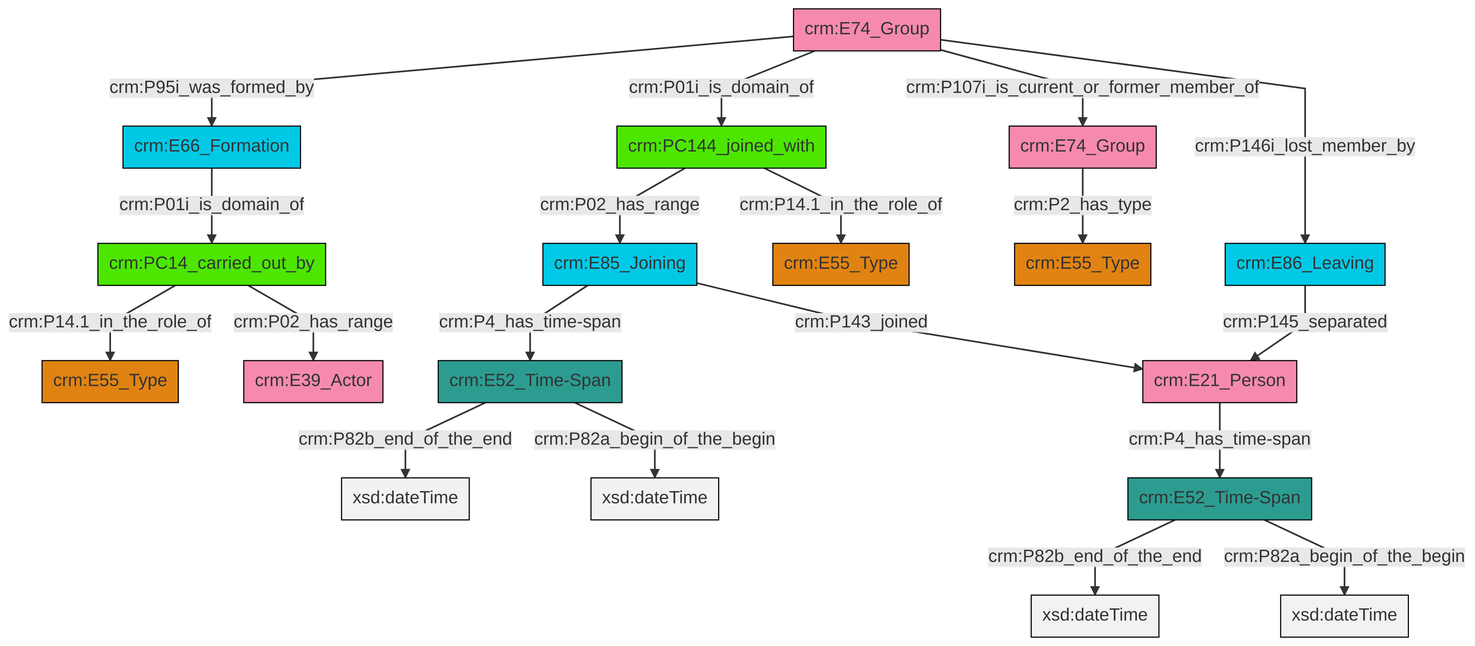
This is et/groupCSV/ttl/mmd/png/group_actor_relations.png from swiss-art-research-net/reference-data-models, a Mermaid export, as it was before one commit. Its source is kept beside it as et/groupCSV/ttl/mmd/group_actor_relations.ttl.mmd.
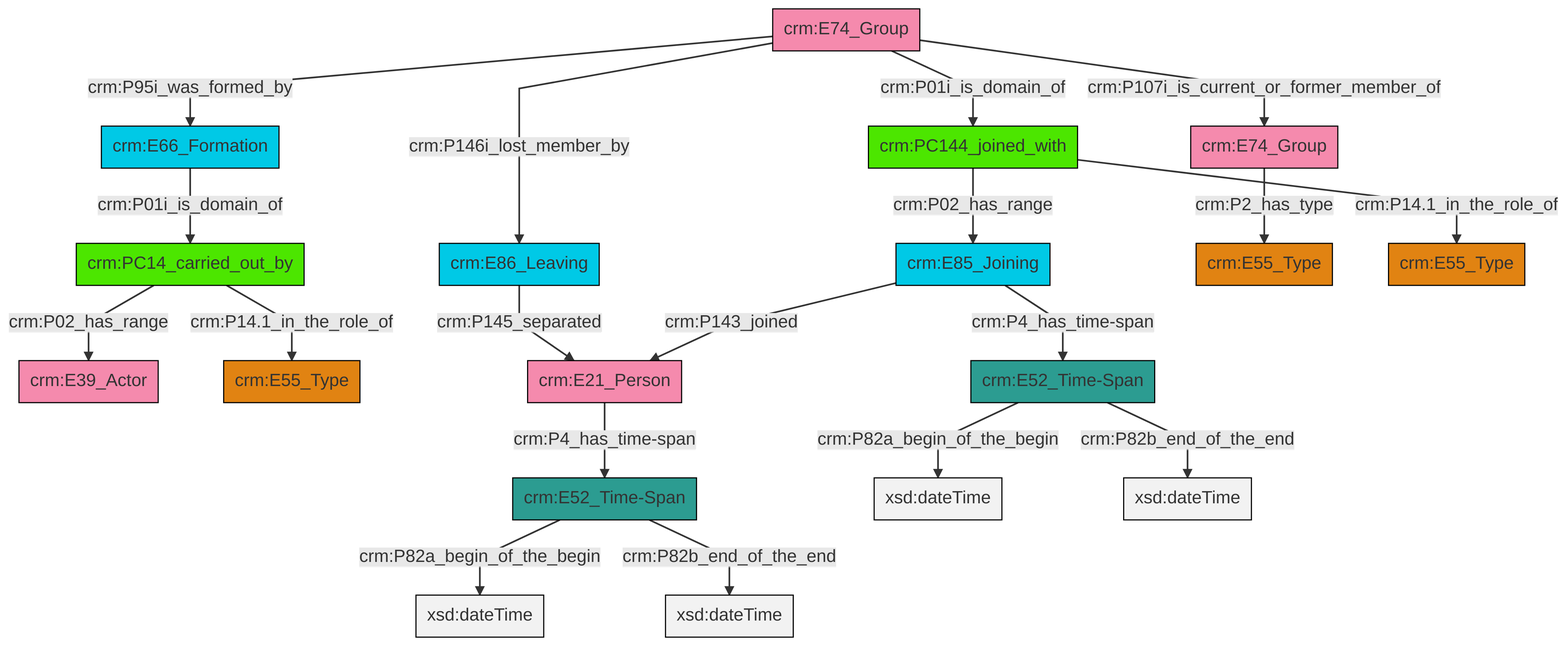
After the change.

Change to the diagram source:
```diff
@@ -13,21 +13,21 @@
 classDef PC_Classes fill:#4ce600, stroke:#000000;
 classDef Multi fill:#cccccc,stroke:#000000;
 
-0["crm:E85_Joining"]:::Temporal_Entity -->|crm:P4_has_time-span| 1["crm:E52_Time-Span"]:::Time-Span
-2["crm:E74_Group"]:::Actor -->|crm:P95i_was_formed_by| 3["crm:E66_Formation"]:::Temporal_Entity
-6["crm:E74_Group"]:::Actor -->|crm:P2_has_type| 4["crm:E55_Type"]:::Type
-7["crm:E52_Time-Span"]:::Time-Span -->|crm:P82b_end_of_the_end| 8[xsd:dateTime]:::Literal
-1["crm:E52_Time-Span"]:::Time-Span -->|crm:P82b_end_of_the_end| 10[xsd:dateTime]:::Literal
-2["crm:E74_Group"]:::Actor -->|crm:P01i_is_domain_of| 11["crm:PC144_joined_with"]:::PC_Classes
-17["crm:E21_Person"]:::Actor -->|crm:P4_has_time-span| 7["crm:E52_Time-Span"]:::Time-Span
-18["crm:PC14_carried_out_by"]:::PC_Classes -->|crm:P14.1_in_the_role_of| 13["crm:E55_Type"]:::Type
-18["crm:PC14_carried_out_by"]:::PC_Classes -->|crm:P02_has_range| 21["crm:E39_Actor"]:::Actor
-11["crm:PC144_joined_with"]:::PC_Classes -->|crm:P02_has_range| 0["crm:E85_Joining"]:::Temporal_Entity
-3["crm:E66_Formation"]:::Temporal_Entity -->|crm:P01i_is_domain_of| 18["crm:PC14_carried_out_by"]:::PC_Classes
-1["crm:E52_Time-Span"]:::Time-Span -->|crm:P82a_begin_of_the_begin| 26[xsd:dateTime]:::Literal
-7["crm:E52_Time-Span"]:::Time-Span -->|crm:P82a_begin_of_the_begin| 27[xsd:dateTime]:::Literal
-11["crm:PC144_joined_with"]:::PC_Classes -->|crm:P14.1_in_the_role_of| 15["crm:E55_Type"]:::Type
-31["crm:E86_Leaving"]:::Temporal_Entity -->|crm:P145_separated| 17["crm:E21_Person"]:::Actor
-2["crm:E74_Group"]:::Actor -->|crm:P107i_is_current_or_former_member_of| 6["crm:E74_Group"]:::Actor
-2["crm:E74_Group"]:::Actor -->|crm:P146i_lost_member_by| 31["crm:E86_Leaving"]:::Temporal_Entity
-0["crm:E85_Joining"]:::Temporal_Entity -->|crm:P143_joined| 17["crm:E21_Person"]:::Actor
+2["crm:PC14_carried_out_by"]:::PC_Classes -->|crm:P14.1_in_the_role_of| 3["crm:E55_Type"]:::Type
+8["crm:E74_Group"]:::Actor -->|crm:P146i_lost_member_by| 9["crm:E86_Leaving"]:::Temporal_Entity
+8["crm:E74_Group"]:::Actor -->|crm:P01i_is_domain_of| 10["crm:PC144_joined_with"]:::PC_Classes
+12["crm:E74_Group"]:::Actor -->|crm:P2_has_type| 13["crm:E55_Type"]:::Type
+2["crm:PC14_carried_out_by"]:::PC_Classes -->|crm:P02_has_range| 0["crm:E39_Actor"]:::Actor
+10["crm:PC144_joined_with"]:::PC_Classes -->|crm:P02_has_range| 4["crm:E85_Joining"]:::Temporal_Entity
+10["crm:PC144_joined_with"]:::PC_Classes -->|crm:P14.1_in_the_role_of| 17["crm:E55_Type"]:::Type
+9["crm:E86_Leaving"]:::Temporal_Entity -->|crm:P145_separated| 18["crm:E21_Person"]:::Actor
+19["crm:E52_Time-Span"]:::Time-Span -->|crm:P82a_begin_of_the_begin| 20[xsd:dateTime]:::Literal
+19["crm:E52_Time-Span"]:::Time-Span -->|crm:P82b_end_of_the_end| 22[xsd:dateTime]:::Literal
+8["crm:E74_Group"]:::Actor -->|crm:P95i_was_formed_by| 27["crm:E66_Formation"]:::Temporal_Entity
+27["crm:E66_Formation"]:::Temporal_Entity -->|crm:P01i_is_domain_of| 2["crm:PC14_carried_out_by"]:::PC_Classes
+8["crm:E74_Group"]:::Actor -->|crm:P107i_is_current_or_former_member_of| 12["crm:E74_Group"]:::Actor
+4["crm:E85_Joining"]:::Temporal_Entity -->|crm:P4_has_time-span| 19["crm:E52_Time-Span"]:::Time-Span
+6["crm:E52_Time-Span"]:::Time-Span -->|crm:P82a_begin_of_the_begin| 30[xsd:dateTime]:::Literal
+18["crm:E21_Person"]:::Actor -->|crm:P4_has_time-span| 6["crm:E52_Time-Span"]:::Time-Span
+6["crm:E52_Time-Span"]:::Time-Span -->|crm:P82b_end_of_the_end| 31[xsd:dateTime]:::Literal
+4["crm:E85_Joining"]:::Temporal_Entity -->|crm:P143_joined| 18["crm:E21_Person"]:::Actor
```
